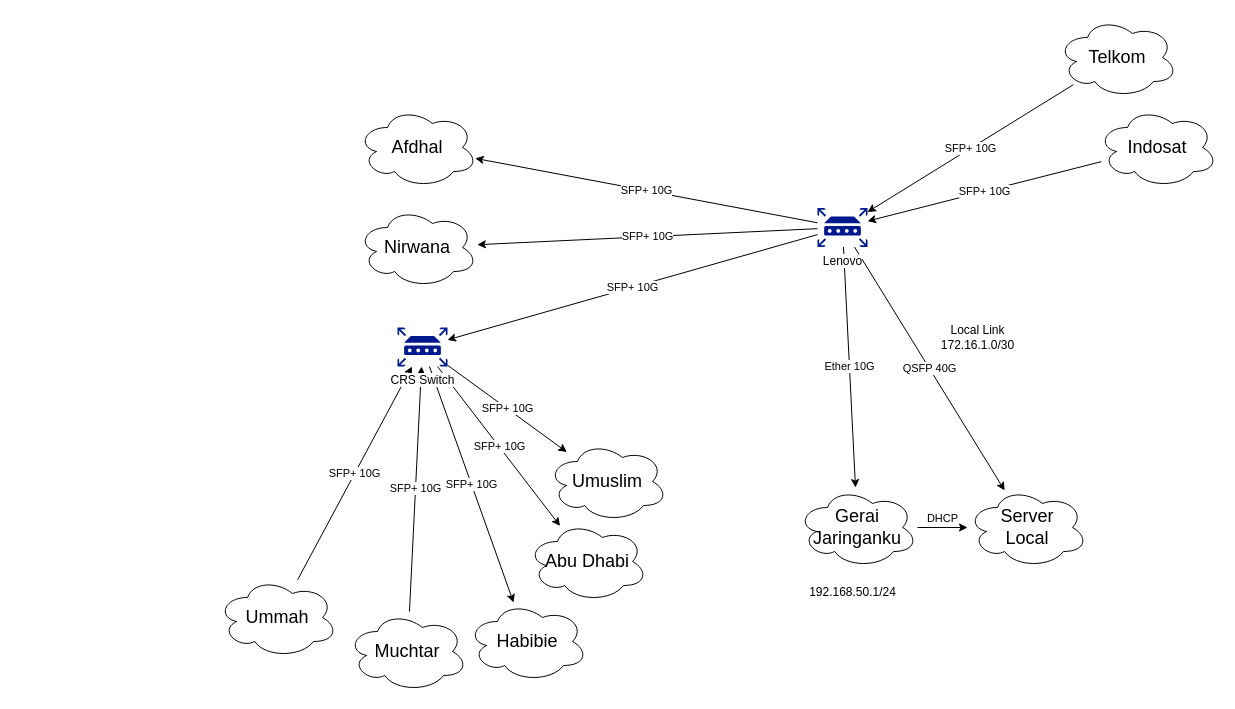
This is page "Sekarang" (5 of 5) of drawio/Network Topology.drawio from WaxArsatia/Random, a draw.io file, before an edit. Source tidied: cells renumbered, new cells numbered last; positions are measured from the earlier drawing's top-left corner, leaving out a move shared by most shapes. Both pictures are drawn from the tidied source at 100%, with x=0, y=0 at pixel (217, 17).
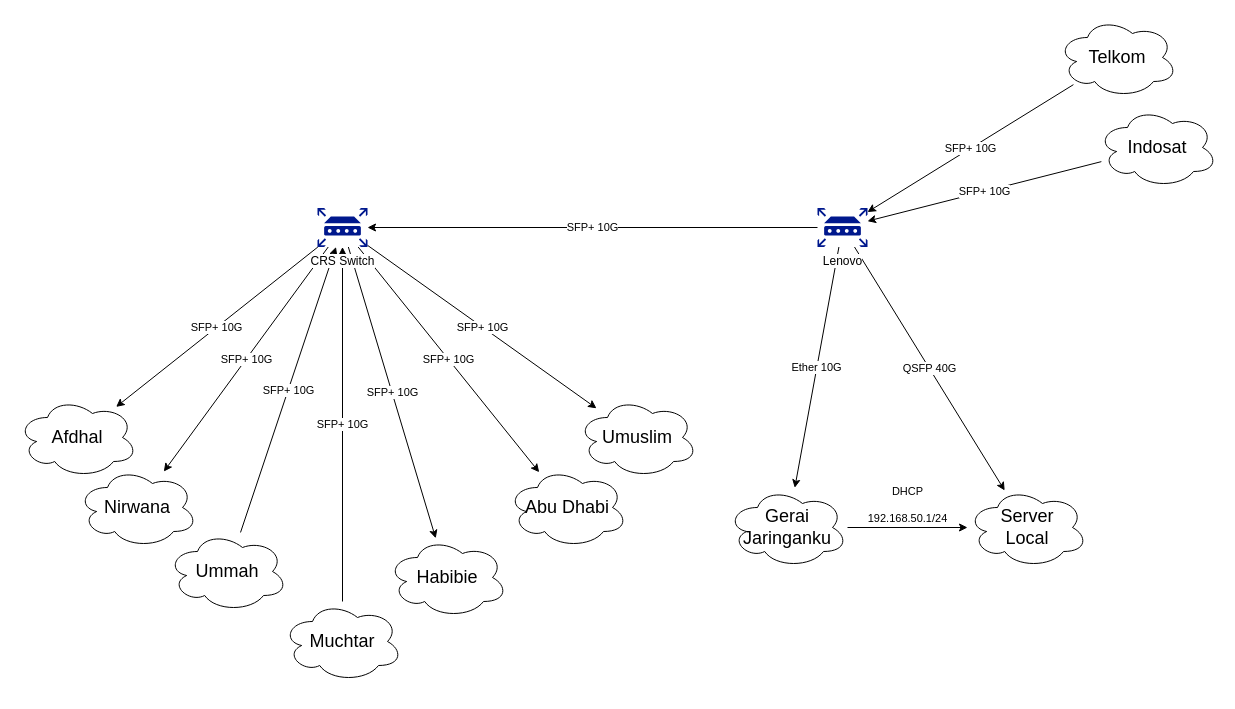
The same page after the edit.

Unchanged cells that the change refers to:
```xml
<mxCell id="12" value="Lenovo" style="sketch=0;shadow=0;dashed=0;html=1;strokeColor=none;labelPosition=center;verticalLabelPosition=bottom;verticalAlign=top;align=center;fillColor=#00188D;shape=mxgraph.mscae.enterprise.router;labelBackgroundColor=default;" parent="1" vertex="1">
  <mxGeometry x="600" y="190.5" width="50" height="39" as="geometry" />
</mxCell>
<mxCell id="24" value="&lt;font style=&quot;font-size: 18px;&quot;&gt;Server&lt;br&gt;Local&lt;/font&gt;" style="ellipse;shape=cloud;whiteSpace=wrap;html=1;" parent="1" vertex="1">
  <mxGeometry x="750" y="470" width="120" height="80" as="geometry" />
</mxCell>
```

What changed in the source:
```diff
@@
-    <mxCell id="6" value="SFP+ 10G" style="rounded=0;jettySize=auto;html=1;" parent="1" edge="1" source="12" target="13">
+    <mxCell id="6" value="SFP+ 10G" style="rounded=0;jettySize=auto;html=1;" parent="1" edge="1" source="27" target="13">
       <mxGeometry relative="1" as="geometry" />
     </mxCell>
@@
-    <mxCell id="8" value="SFP+ 10G" style="rounded=0;jettySize=auto;html=1;curved=0;" parent="1" edge="1" source="12" target="15">
+    <mxCell id="8" value="SFP+ 10G" style="rounded=0;jettySize=auto;html=1;curved=0;" parent="1" edge="1" source="27" target="15">
       <mxGeometry relative="1" as="geometry" />
     </mxCell>
@@
     <mxCell id="13" value="&lt;font style=&quot;font-size: 18px;&quot;&gt;Nirwana&lt;/font&gt;" style="ellipse;shape=cloud;whiteSpace=wrap;html=1;" parent="1" vertex="1">
-      <mxGeometry x="140" y="190" width="120" height="80" as="geometry" />
+      <mxGeometry x="-140" y="450" width="120" height="80" as="geometry" />
     </mxCell>
     <mxCell id="14" value="&lt;span style=&quot;font-size: 18px;&quot;&gt;Umuslim&lt;/span&gt;" style="ellipse;shape=cloud;whiteSpace=wrap;html=1;" parent="1" vertex="1">
-      <mxGeometry x="330" y="424" width="120" height="80" as="geometry" />
+      <mxGeometry x="360" y="380" width="120" height="80" as="geometry" />
     </mxCell>
     <mxCell id="15" value="&lt;font style=&quot;font-size: 18px;&quot;&gt;Afdhal&lt;/font&gt;" style="ellipse;shape=cloud;whiteSpace=wrap;html=1;" parent="1" vertex="1">
-      <mxGeometry x="140" y="90" width="120" height="80" as="geometry" />
+      <mxGeometry x="-200" y="380" width="120" height="80" as="geometry" />
     </mxCell>
@@
     <mxCell id="19" value="&lt;span style=&quot;font-size: 18px;&quot;&gt;Ummah&lt;/span&gt;" style="ellipse;shape=cloud;whiteSpace=wrap;html=1;" parent="1" vertex="1">
-      <mxGeometry y="560" width="120" height="80" as="geometry" />
+      <mxGeometry x="-50" y="514" width="120" height="80" as="geometry" />
     </mxCell>
@@
     <mxCell id="21" value="&lt;font style=&quot;font-size: 18px;&quot;&gt;Muchtar&lt;/font&gt;" style="ellipse;shape=cloud;whiteSpace=wrap;html=1;" parent="1" vertex="1">
-      <mxGeometry x="130" y="594" width="120" height="80" as="geometry" />
+      <mxGeometry x="65" y="584" width="120" height="80" as="geometry" />
     </mxCell>
     <mxCell id="22" value="&lt;font style=&quot;font-size: 18px;&quot;&gt;Abu Dhabi&lt;/font&gt;" style="ellipse;shape=cloud;whiteSpace=wrap;html=1;" parent="1" vertex="1">
-      <mxGeometry x="310" y="504" width="120" height="80" as="geometry" />
+      <mxGeometry x="290" y="450" width="120" height="80" as="geometry" />
     </mxCell>
     <mxCell id="23" value="&lt;font style=&quot;font-size: 18px;&quot;&gt;Habibie&lt;/font&gt;" style="ellipse;shape=cloud;whiteSpace=wrap;html=1;" parent="1" vertex="1">
-      <mxGeometry x="250" y="584" width="120" height="80" as="geometry" />
+      <mxGeometry x="170" y="520" width="120" height="80" as="geometry" />
     </mxCell>
@@
-    <mxCell id="25" value="DHCP" style="rounded=0;jettySize=auto;html=1;labelPosition=center;verticalLabelPosition=top;align=center;verticalAlign=bottom;" parent="1" edge="1" source="26" target="24">
-      <mxGeometry relative="1" as="geometry" />
+    <mxCell id="25" value="&lt;div&gt;DHCP&lt;/div&gt;&lt;div&gt;&lt;br&gt;&lt;/div&gt;&lt;div&gt;192.168.50.1/24&lt;/div&gt;" style="rounded=0;orthogonalLoop=1;jettySize=auto;html=1;labelPosition=center;verticalLabelPosition=top;align=center;verticalAlign=bottom;" parent="1" edge="1">
+      <mxGeometry relative="1" as="geometry">
+        <mxPoint x="630" y="510" as="sourcePoint" />
+        <mxPoint x="750" y="510" as="targetPoint" />
+      </mxGeometry>
     </mxCell>
     <mxCell id="26" value="&lt;font style=&quot;font-size: 18px;&quot;&gt;Gerai Jaringanku&lt;/font&gt;" style="ellipse;shape=cloud;whiteSpace=wrap;html=1;" parent="1" vertex="1">
-      <mxGeometry x="580" y="470" width="120" height="80" as="geometry" />
+      <mxGeometry x="510" y="470" width="120" height="80" as="geometry" />
     </mxCell>
     <mxCell id="27" value="CRS Switch" style="sketch=0;shadow=0;dashed=0;html=1;strokeColor=none;labelPosition=center;verticalLabelPosition=bottom;verticalAlign=top;align=center;fillColor=#00188D;shape=mxgraph.mscae.enterprise.router;labelBackgroundColor=default;" parent="1" vertex="1">
-      <mxGeometry x="180" y="310" width="50" height="39" as="geometry" />
+      <mxGeometry x="100" y="190.5" width="50" height="39" as="geometry" />
     </mxCell>
-    <mxCell id="28" value="192.168.50.1/24" style="text;html=1;align=center;verticalAlign=middle;strokeColor=none;fillColor=none;" parent="1" vertex="1">
-      <mxGeometry x="580" y="560" width="110" height="30" as="geometry" />
-    </mxCell>
-    <mxCell id="29" value="Local Link&lt;br&gt;172.16.1.0/30" style="text;html=1;align=center;verticalAlign=middle;strokeColor=none;fillColor=none;" parent="1" vertex="1">
-      <mxGeometry x="710" y="300" width="100" height="40" as="geometry" />
-    </mxCell>
```
